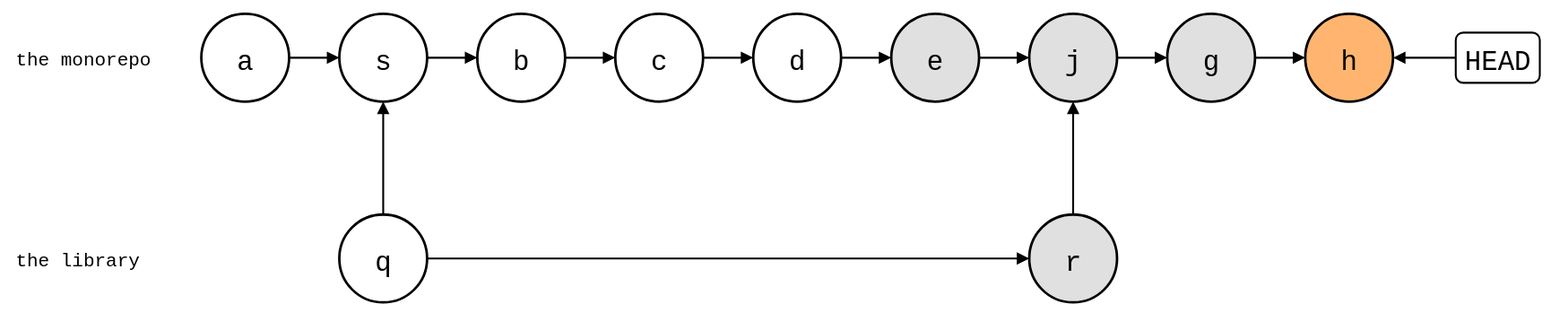
Above: static/blog/episodes/git-subtree-rejoin-walks.drawio.svg in roschaefer/roschaefer.de (draw.io), before the change. Source tidied: cells renumbered, new cells last; positions are measured from the earlier drawing's top-left corner, leaving out a move shared by most shapes. Source of this version:
```xml
<mxGraphModel background="#ffffff">
  <root>
    <mxCell id="0" />
    <mxCell id="1" parent="0" />
    <mxCell id="2" value="the monorepo" style="text;strokeColor=none;fillColor=none;align=left;verticalAlign=middle;fontSize=15;fontFamily=Roboto Mono,monospace;" parent="1" vertex="1">
      <mxGeometry y="20" width="130" height="30" as="geometry" />
    </mxCell>
    <mxCell id="3" value="the library" style="text;strokeColor=none;fillColor=none;align=left;verticalAlign=middle;fontSize=15;fontFamily=Roboto Mono,monospace;" parent="1" vertex="1">
      <mxGeometry y="180" width="130" height="30" as="geometry" />
    </mxCell>
    <mxCell id="4" value="a" style="ellipse;strokeWidth=2;fontSize=22;fontFamily=Roboto Mono,monospace;" parent="1" vertex="1">
      <mxGeometry x="150" width="70" height="70" as="geometry" />
    </mxCell>
    <mxCell id="5" value="s" style="ellipse;strokeWidth=2;fontSize=22;fontFamily=Roboto Mono,monospace;" parent="1" vertex="1">
      <mxGeometry x="260" width="70" height="70" as="geometry" />
    </mxCell>
    <mxCell id="6" value="b" style="ellipse;strokeWidth=2;fontSize=22;fontFamily=Roboto Mono,monospace;" parent="1" vertex="1">
      <mxGeometry x="370" width="70" height="70" as="geometry" />
    </mxCell>
    <mxCell id="7" value="c" style="ellipse;strokeWidth=2;fontSize=22;fontFamily=Roboto Mono,monospace;" parent="1" vertex="1">
      <mxGeometry x="480" width="70" height="70" as="geometry" />
    </mxCell>
    <mxCell id="8" value="d" style="ellipse;strokeWidth=2;fontSize=22;fontFamily=Roboto Mono,monospace;" parent="1" vertex="1">
      <mxGeometry x="590" width="70" height="70" as="geometry" />
    </mxCell>
    <mxCell id="9" value="e" style="ellipse;strokeWidth=2;fontSize=22;fontFamily=Roboto Mono,monospace;fillColor=#E0E0E0;" parent="1" vertex="1">
      <mxGeometry x="700" width="70" height="70" as="geometry" />
    </mxCell>
    <mxCell id="10" value="j" style="ellipse;strokeWidth=2;fontSize=22;fontFamily=Roboto Mono,monospace;fillColor=#E0E0E0;" parent="1" vertex="1">
      <mxGeometry x="810" width="70" height="70" as="geometry" />
    </mxCell>
    <mxCell id="11" value="q" style="ellipse;strokeWidth=2;fontSize=22;fontFamily=Roboto Mono,monospace;" parent="1" vertex="1">
      <mxGeometry x="260" y="160" width="70" height="70" as="geometry" />
    </mxCell>
    <mxCell id="12" value="r" style="ellipse;strokeWidth=2;fontSize=22;fontFamily=Roboto Mono,monospace;fillColor=#E0E0E0;" parent="1" vertex="1">
      <mxGeometry x="810" y="160" width="70" height="70" as="geometry" />
    </mxCell>
    <mxCell id="13" value="g" style="ellipse;strokeWidth=2;fontSize=22;fontFamily=Roboto Mono,monospace;fillColor=#E0E0E0;" parent="1" vertex="1">
      <mxGeometry x="920" width="70" height="70" as="geometry" />
    </mxCell>
    <mxCell id="14" value="h" style="ellipse;strokeWidth=2;fontSize=22;fontFamily=Roboto Mono,monospace;fillColor=#FFB570;" parent="1" vertex="1">
      <mxGeometry x="1030" width="70" height="70" as="geometry" />
    </mxCell>
    <mxCell id="15" style="endArrow=block;endFill=1;html=1;strokeWidth=1.5;rounded=0;" parent="1" edge="1" source="10" target="13">
      <mxGeometry relative="1" as="geometry" />
    </mxCell>
    <mxCell id="16" style="endArrow=block;endFill=1;html=1;strokeWidth=1.5;rounded=0;" parent="1" edge="1" source="13" target="14">
      <mxGeometry relative="1" as="geometry" />
    </mxCell>
    <mxCell id="17" value="HEAD" style="rounded=1;strokeWidth=1.5;fontSize=22;fontFamily=Roboto Mono,monospace;" parent="1" vertex="1">
      <mxGeometry x="1150" y="15" width="67" height="40" as="geometry" />
    </mxCell>
    <mxCell id="18" style="endArrow=block;endFill=1;html=1;strokeWidth=1.5;rounded=0;" parent="1" edge="1" source="17" target="14">
      <mxGeometry relative="1" as="geometry" />
    </mxCell>
    <mxCell id="19" style="endArrow=block;endFill=1;html=1;strokeWidth=1.5;rounded=0;" parent="1" edge="1" source="4" target="5">
      <mxGeometry relative="1" as="geometry" />
    </mxCell>
    <mxCell id="20" style="endArrow=block;endFill=1;html=1;strokeWidth=1.5;rounded=0;" parent="1" edge="1" source="5" target="6">
      <mxGeometry relative="1" as="geometry" />
    </mxCell>
    <mxCell id="21" style="endArrow=block;endFill=1;html=1;strokeWidth=1.5;rounded=0;" parent="1" edge="1" source="6" target="7">
      <mxGeometry relative="1" as="geometry" />
    </mxCell>
    <mxCell id="22" style="endArrow=block;endFill=1;html=1;strokeWidth=1.5;rounded=0;" parent="1" edge="1" source="7" target="8">
      <mxGeometry relative="1" as="geometry" />
    </mxCell>
    <mxCell id="23" style="endArrow=block;endFill=1;html=1;strokeWidth=1.5;rounded=0;" parent="1" edge="1" source="8" target="9">
      <mxGeometry relative="1" as="geometry" />
    </mxCell>
    <mxCell id="24" style="endArrow=block;endFill=1;html=1;strokeWidth=1.5;rounded=0;" parent="1" edge="1" source="9" target="10">
      <mxGeometry relative="1" as="geometry" />
    </mxCell>
    <mxCell id="25" style="endArrow=block;endFill=1;html=1;strokeWidth=1.5;rounded=0;" parent="1" edge="1" source="11" target="5">
      <mxGeometry relative="1" as="geometry" />
    </mxCell>
    <mxCell id="26" style="endArrow=block;endFill=1;html=1;strokeWidth=1.5;rounded=0;" parent="1" edge="1" source="11" target="12">
      <mxGeometry relative="1" as="geometry" />
    </mxCell>
    <mxCell id="27" style="endArrow=block;endFill=1;html=1;strokeWidth=1.5;rounded=0;" parent="1" edge="1" source="12" target="10">
      <mxGeometry relative="1" as="geometry" />
    </mxCell>
  </root>
</mxGraphModel>
```
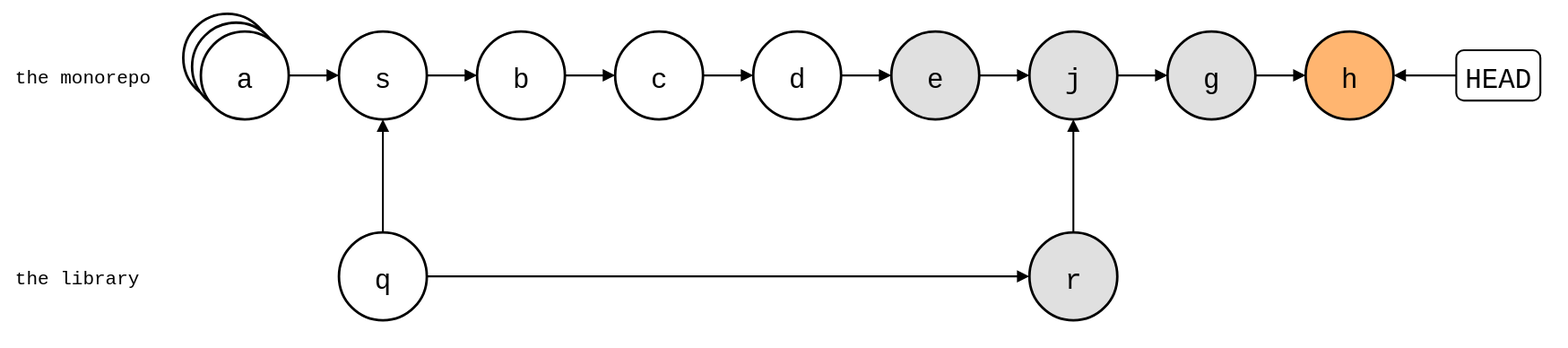
The same diagram one commit later.

Commit message:
chore(blog): rebuild the subtree drawings with a as a stack

The edit, as a diff of the source:
```diff
@@ -8,6 +8,12 @@
     <mxCell id="3" value="the library" style="text;strokeColor=none;fillColor=none;align=left;verticalAlign=middle;fontSize=15;fontFamily=Roboto Mono,monospace;" parent="1" vertex="1">
       <mxGeometry y="180" width="130" height="30" as="geometry" />
     </mxCell>
+    <mxCell id="28" style="shape=ellipse;strokeWidth=2;fontSize=22;fontFamily=Roboto Mono,monospace;" parent="1" vertex="1">
+      <mxGeometry x="136" y="-14" width="70" height="70" as="geometry" />
+    </mxCell>
+    <mxCell id="29" style="shape=ellipse;strokeWidth=2;fontSize=22;fontFamily=Roboto Mono,monospace;" parent="1" vertex="1">
+      <mxGeometry x="143" y="-7" width="70" height="70" as="geometry" />
+    </mxCell>
     <mxCell id="4" value="a" style="ellipse;strokeWidth=2;fontSize=22;fontFamily=Roboto Mono,monospace;" parent="1" vertex="1">
       <mxGeometry x="150" width="70" height="70" as="geometry" />
     </mxCell>
```
